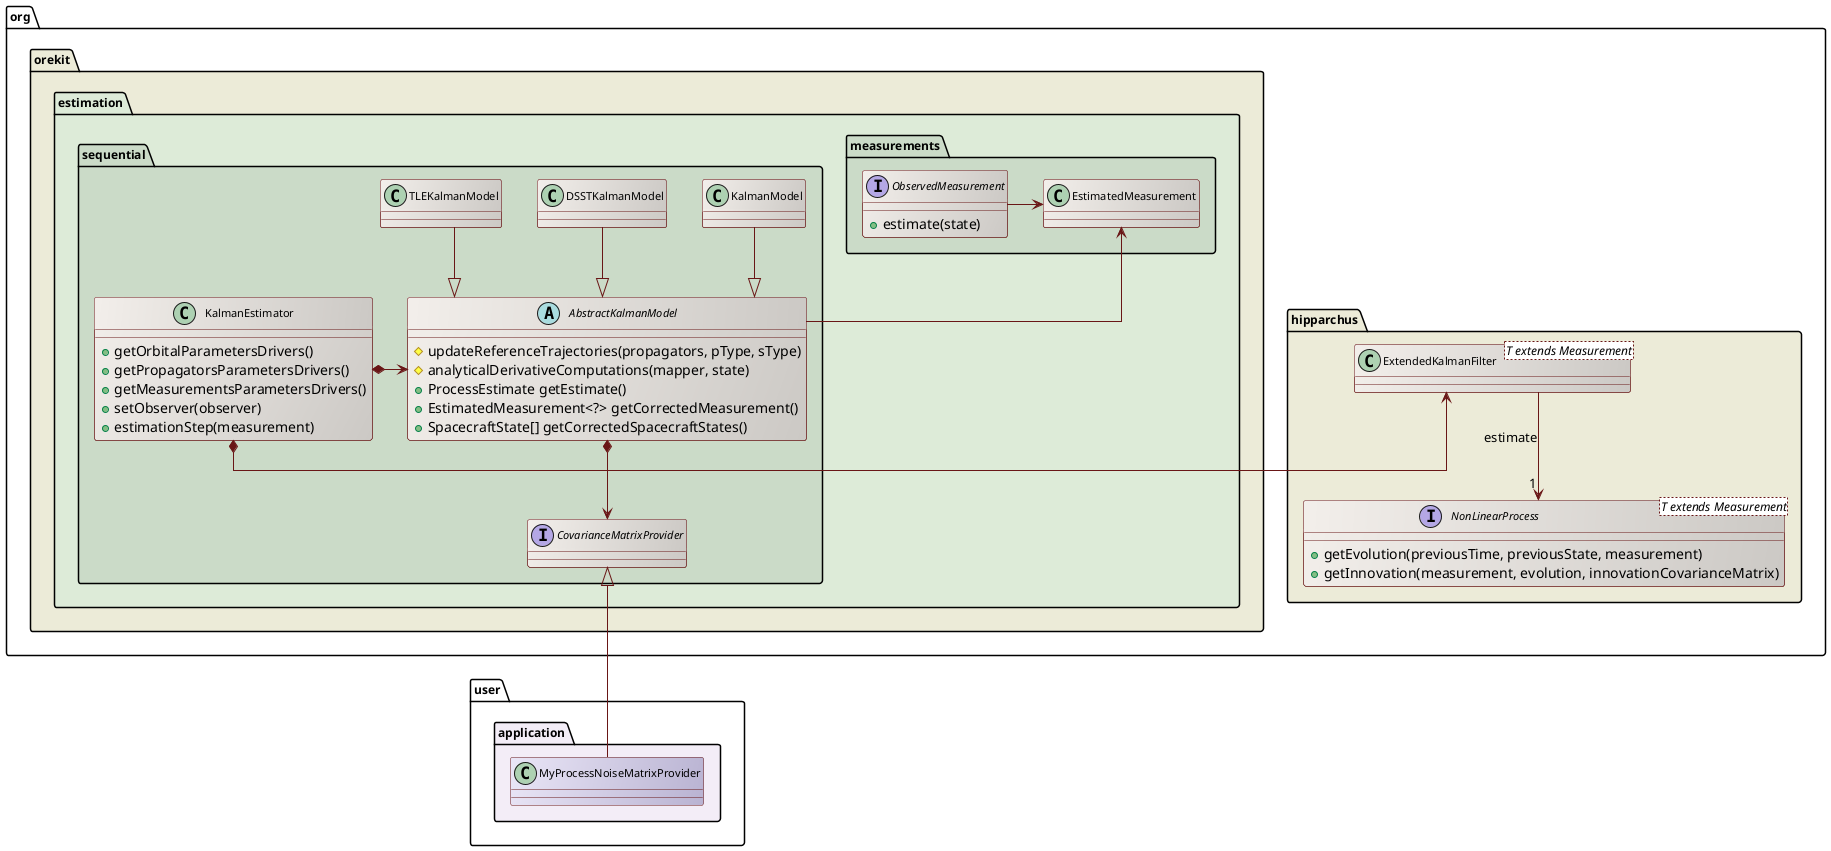
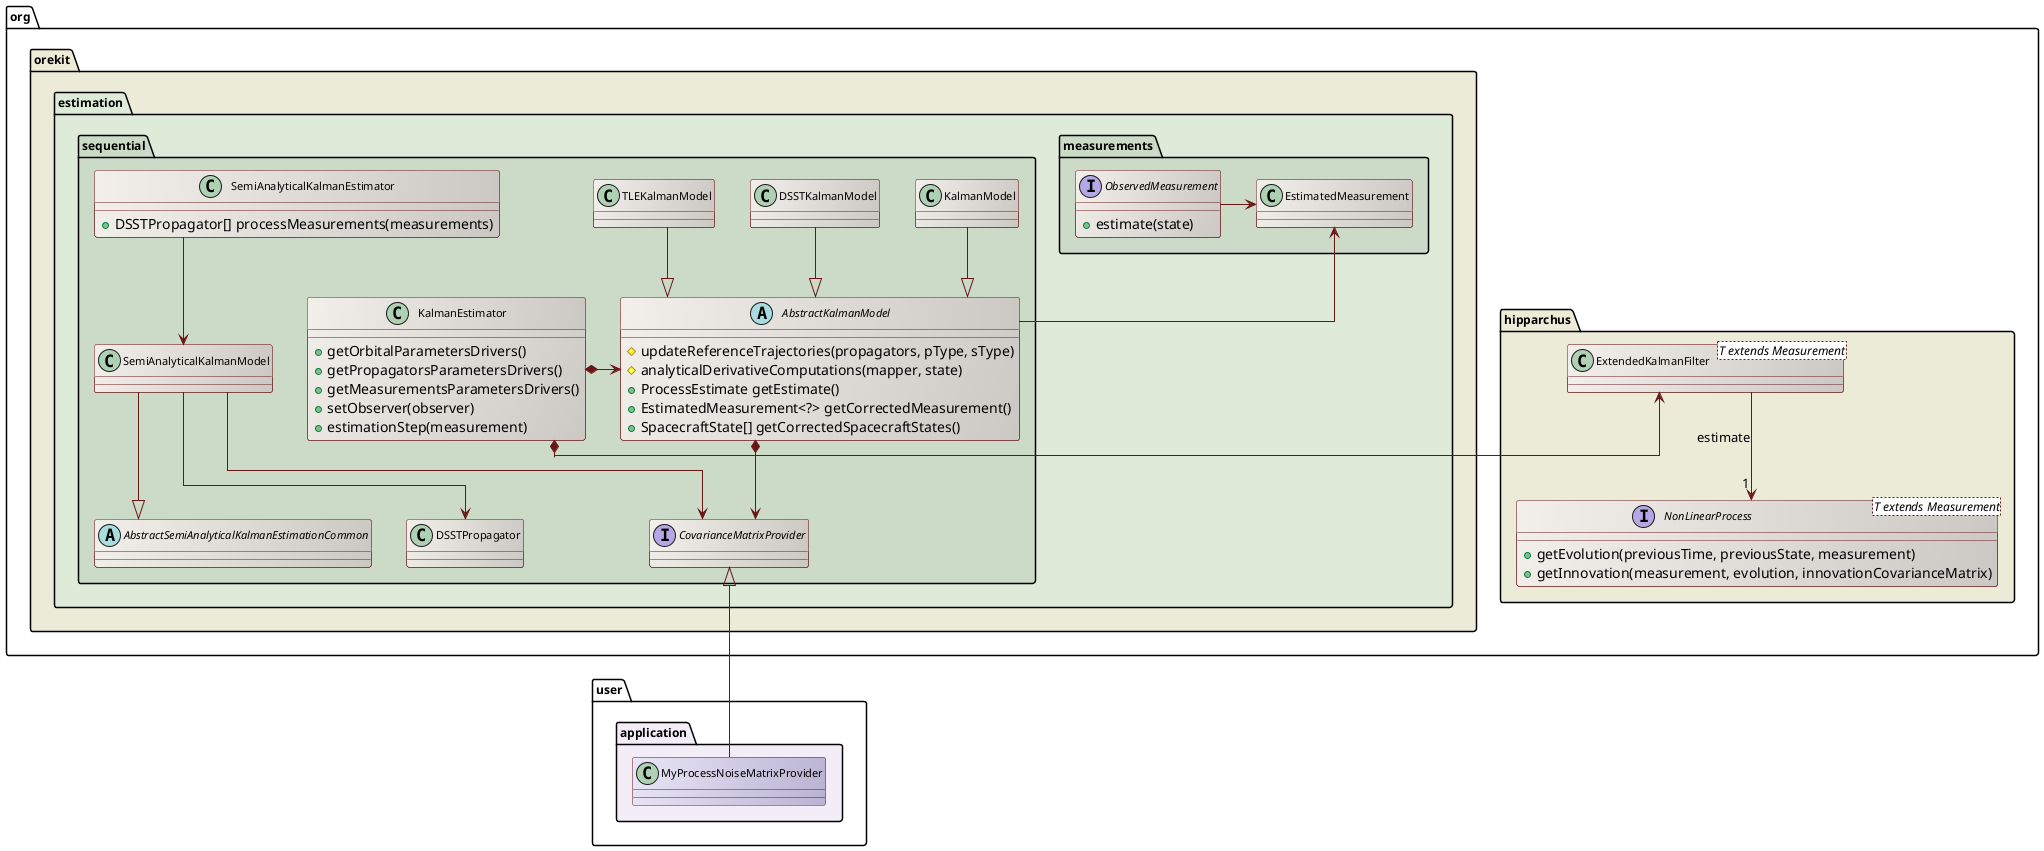
' Copyright 2002-2026 CS GROUP
' Licensed to CS GROUP (CS) under one or more
' contributor license agreements.  See the NOTICE file distributed with
' this work for additional information regarding copyright ownership.
' CS licenses this file to You under the Apache License, Version 2.0
' (the "License"); you may not use this file except in compliance with
' the License.  You may obtain a copy of the License at
'
'   http://www.apache.org/licenses/LICENSE-2.0
'
' Unless required by applicable law or agreed to in writing, software
' distributed under the License is distributed on an "AS IS" BASIS,
' WITHOUT WARRANTIES OR CONDITIONS OF ANY KIND, either express or implied.
' See the License for the specific language governing permissions and
' limitations under the License.

@startuml

  skinparam svek                  true
  skinparam ClassBackgroundColor  #F3EFEB/CCC9C5
  skinparam ClassArrowColor       #691616
  skinparam ClassBorderColor      #691616
  skinparam NoteBackgroundColor   #F3EFEB
  skinparam NoteBorderColor       #691616
  skinparam NoteFontColor         #691616
  skinparam ClassFontSize         11
  skinparam PackageFontSize       12
  skinparam linetype              ortho

  package org.hipparchus #ECEBD8 {

    interface "NonLinearProcess<T extends Measurement>" as NonLinearProcess_T {
      +getEvolution(previousTime, previousState, measurement)
      +getInnovation(measurement, evolution, innovationCovarianceMatrix)
    }

    class "ExtendedKalmanFilter<T extends Measurement>" as ExtendedKalmanFilter_T

    ExtendedKalmanFilter_T --> "1" NonLinearProcess_T : estimate

  }

  package org.orekit #ECEBD8 {

    package estimation #DDEBD8 {

      package measurements #CBDBC8 {
        class EstimatedMeasurement
        interface ObservedMeasurement {
          +estimate(state)
        }
        EstimatedMeasurement <-left- ObservedMeasurement
      }

      package sequential #CBDBC8 {

        interface CovarianceMatrixProvider

        class KalmanEstimator {
          +getOrbitalParametersDrivers()
          +getPropagatorsParametersDrivers()
          +getMeasurementsParametersDrivers()
          +setObserver(observer)
          +estimationStep(measurement)
        }

        abstract AbstractKalmanModel {
          #updateReferenceTrajectories(propagators, pType, sType)
          #analyticalDerivativeComputations(mapper, state)
          +ProcessEstimate getEstimate()
          +EstimatedMeasurement<?> getCorrectedMeasurement()
          +SpacecraftState[] getCorrectedSpacecraftStates()
        }

        class KalmanModel
        class DSSTKalmanModel
        class TLEKalmanModel

+         class SemiAnalyticalKalmanEstimator {
+           +DSSTPropagator[] processMeasurements(measurements)
+         }
+ 
+         class SemiAnalyticalKalmanModel
+         abstract class AbstractSemiAnalyticalKalmanEstimationCommon
+ 
        AbstractKalmanModel <-left-* KalmanEstimator
        KalmanEstimator *-right-> ExtendedKalmanFilter_T
        AbstractKalmanModel *--> CovarianceMatrixProvider
        EstimatedMeasurement <-- AbstractKalmanModel
        KalmanModel     --|> AbstractKalmanModel
        DSSTKalmanModel --|> AbstractKalmanModel
        TLEKalmanModel  --|> AbstractKalmanModel
+ 
+         SemiAnalyticalKalmanEstimator --> SemiAnalyticalKalmanModel
+         SemiAnalyticalKalmanModel --|> AbstractSemiAnalyticalKalmanEstimationCommon
+         SemiAnalyticalKalmanModel --> CovarianceMatrixProvider
+         SemiAnalyticalKalmanModel --> DSSTPropagator

      }

    }

  }

  package user.application #F3EDF7 {
    class MyProcessNoiseMatrixProvider #EAE6F7/B9B3D2
    CovarianceMatrixProvider <|-- MyProcessNoiseMatrixProvider
  }

@enduml
